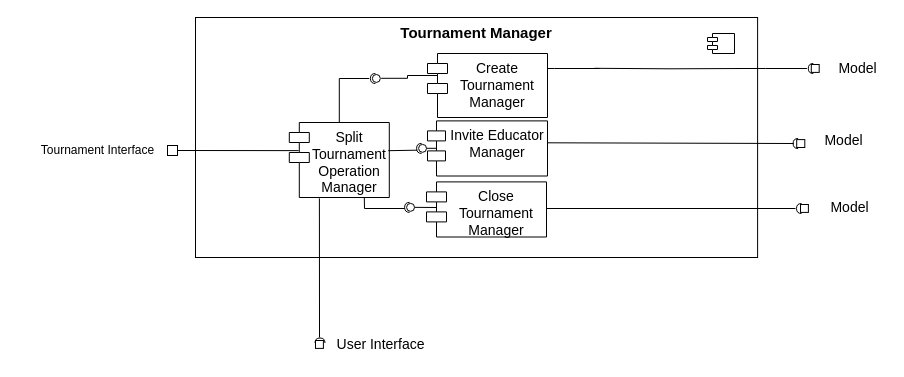
Before: page "Tournament Manager" (5 of 7) of diagrams/architecture/component_VIEW.drawio in mttcrn/software-engineering-II-project, a draw.io diagram. Source tidied: cells renumbered, new cells numbered last; positions are measured from the earlier drawing's top-left corner, leaving out a move shared by most shapes. Both pictures are drawn from the tidied source at 100%, with x=0, y=0 at pixel (27, 17).
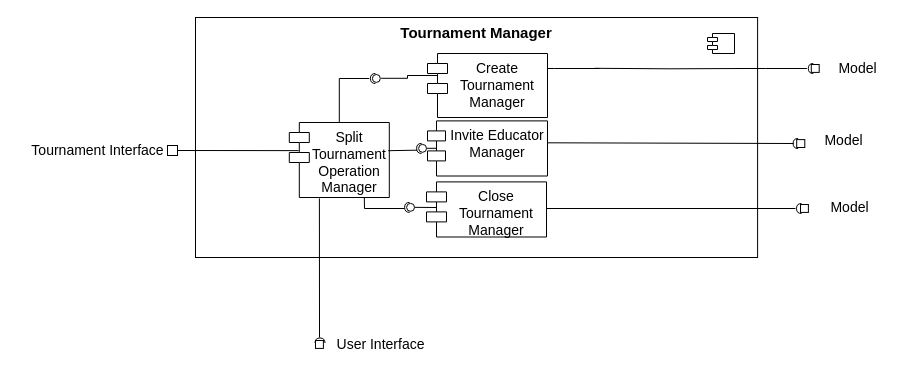
Above is the later version.

Diff of the diagram source:
```diff
@@
-    <mxCell id="45" value="Tournament Interface" style="text;html=1;align=center;verticalAlign=middle;strokeColor=none;fillColor=none;" parent="1" vertex="1">
-      <mxGeometry y="118" width="140" height="30" as="geometry" />
+    <mxCell id="45" value="&lt;font style=&quot;font-size: 14px;&quot;&gt;Tournament Interface&lt;/font&gt;" style="text;html=1;align=center;verticalAlign=middle;strokeColor=none;fillColor=none;" parent="1" vertex="1">
+      <mxGeometry x="-10" y="118" width="160" height="30" as="geometry" />
     </mxCell>
```
